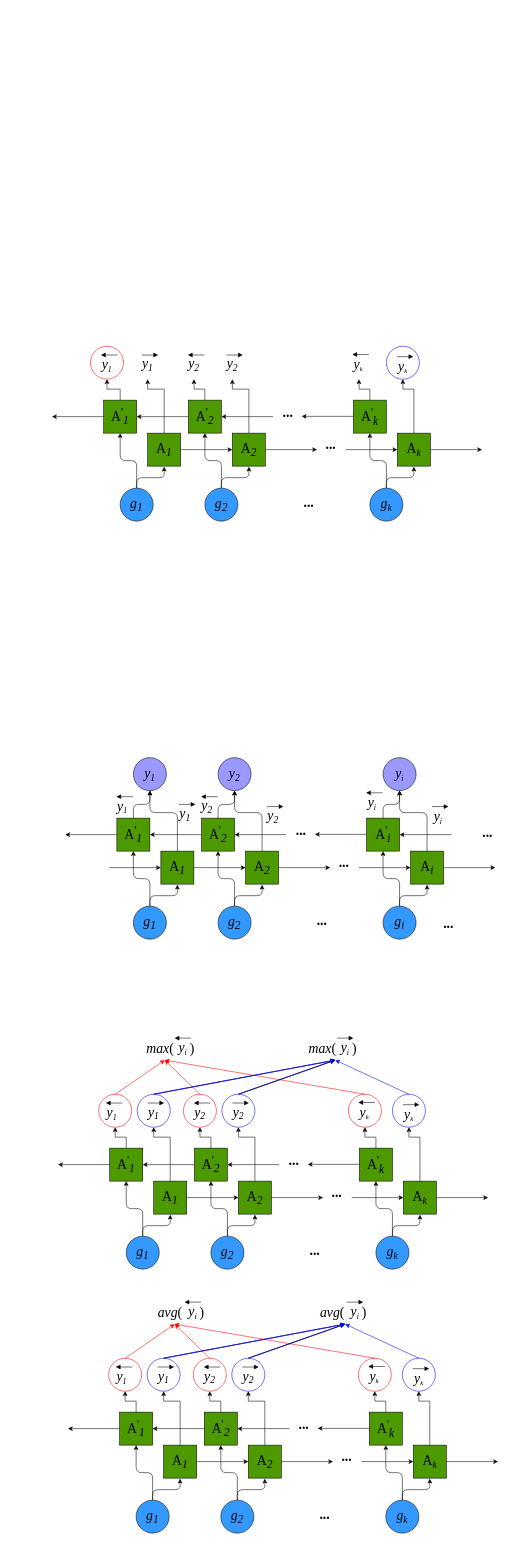
The draw.io diagram BLSTM示意图.drawio in ByronGe/ff, before the edit. Source tidied: cells renumbered, new cells numbered last; positions are measured from the earlier drawing's top-left corner, leaving out a move shared by most shapes. Both pictures are drawn from the tidied source at 55%, with x=0, y=0 at pixel (52, 346).
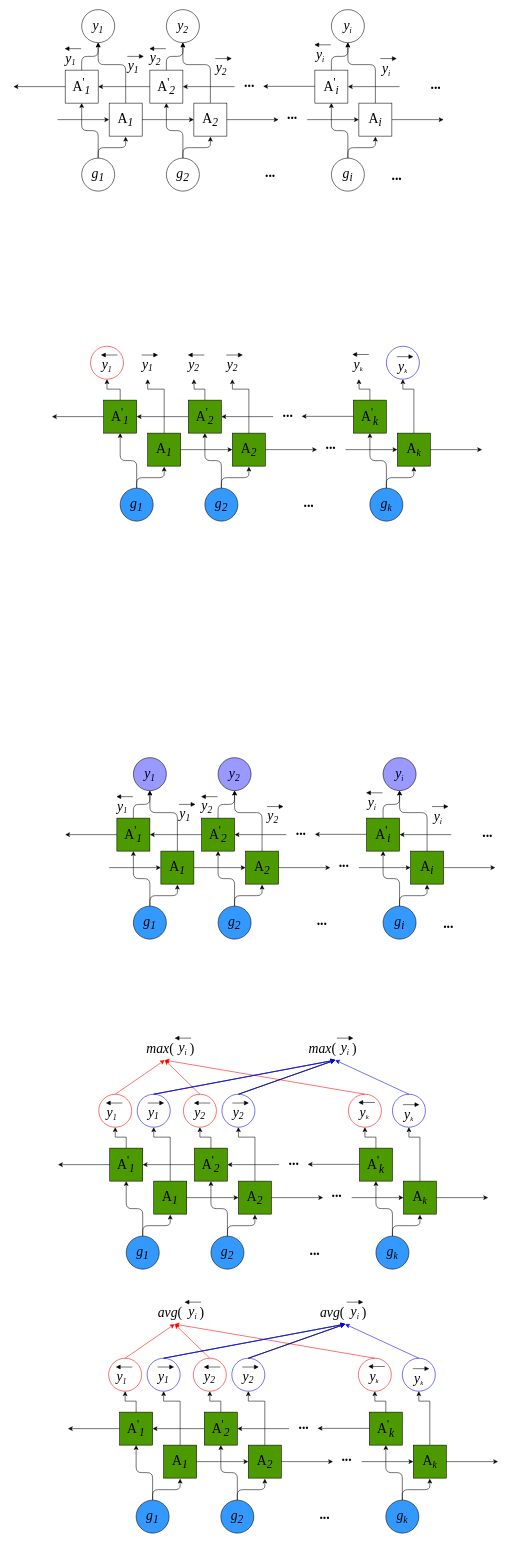
Above is the later version.

The edit, as a diff of the source:
```diff
@@
+    <mxCell id="262" style="html=1;verticalAlign=bottom;endArrow=block;fontSize=25;fontFamily=Times New Roman;" parent="1" edge="1">
+      <mxGeometry relative="1" as="geometry">
+        <mxPoint x="137" y="-527" as="sourcePoint" />
+        <mxPoint x="167" y="-527" as="targetPoint" />
+      </mxGeometry>
+    </mxCell>
+    <mxCell id="263" value="g&lt;sub&gt;1&lt;/sub&gt;" style="ellipse;whiteSpace=wrap;html=1;fontSize=25;fontStyle=2;fontFamily=Times New Roman;fillColor=none;" parent="1" vertex="1">
+      <mxGeometry x="54" y="-342" width="60" height="60" as="geometry" />
+    </mxCell>
+    <mxCell id="264" style="edgeStyle=orthogonalEdgeStyle;rounded=0;jettySize=auto;html=1;fontSize=25;fontStyle=2;exitX=0;exitY=0.5;exitDx=0;exitDy=0;fontFamily=Times New Roman;" parent="1" edge="1" source="273" target="265">
+      <mxGeometry relative="1" as="geometry" />
+    </mxCell>
+    <mxCell id="265" style="whiteSpace=wrap;html=1;fontSize=25;fontStyle=2;fontFamily=Times New Roman;fontColor=#00FF00;fillColor=none;" parent="1" vertex="1">
+      <mxGeometry x="24" y="-502" width="60" height="60" as="geometry" />
+    </mxCell>
+    <mxCell id="266" style="whiteSpace=wrap;html=1;fontSize=25;fontStyle=2;fontFamily=Times New Roman;labelBackgroundColor=#00FF00;fillColor=none;" parent="1" vertex="1">
+      <mxGeometry x="104" y="-442" width="60" height="60" as="geometry" />
+    </mxCell>
+    <mxCell id="267" style="edgeStyle=elbowEdgeStyle;elbow=vertical;endArrow=classic;html=1;fontSize=25;fontStyle=2;fontFamily=Times New Roman;" parent="1" edge="1">
+      <mxGeometry relative="1" as="geometry">
+        <mxPoint x="84" y="-342" as="sourcePoint" />
+        <mxPoint x="134" y="-381" as="targetPoint" />
+      </mxGeometry>
+    </mxCell>
+    <mxCell id="268" style="edgeStyle=elbowEdgeStyle;elbow=vertical;endArrow=classic;html=1;fontSize=25;fontStyle=2;fontFamily=Times New Roman;" parent="1" edge="1">
+      <mxGeometry relative="1" as="geometry">
+        <mxPoint x="84" y="-342" as="sourcePoint" />
+        <mxPoint x="54" y="-442" as="targetPoint" />
+      </mxGeometry>
+    </mxCell>
+    <mxCell id="269" style="edgeStyle=elbowEdgeStyle;elbow=vertical;endArrow=classic;html=1;fontSize=25;fontStyle=2;fontFamily=Times New Roman;" parent="1" edge="1">
+      <mxGeometry relative="1" as="geometry">
+        <mxPoint x="54" y="-502" as="sourcePoint" />
+        <mxPoint x="84" y="-552" as="targetPoint" />
+      </mxGeometry>
+    </mxCell>
+    <mxCell id="270" style="edgeStyle=elbowEdgeStyle;elbow=vertical;endArrow=classic;html=1;fontSize=25;fontStyle=2;fontFamily=Times New Roman;" parent="1" edge="1">
+      <mxGeometry relative="1" as="geometry">
+        <mxPoint x="134" y="-442" as="sourcePoint" />
+        <mxPoint x="84" y="-552" as="targetPoint" />
+        <Array as="points">
+          <mxPoint x="114" y="-512" />
+        </Array>
+      </mxGeometry>
+    </mxCell>
+    <mxCell id="271" style="ellipse;whiteSpace=wrap;html=1;fontSize=25;fontStyle=2;fontFamily=Times New Roman;fillColor=none;" parent="1" vertex="1">
+      <mxGeometry x="54" y="-612" width="60" height="60" as="geometry" />
+    </mxCell>
+    <mxCell id="272" value="g&lt;sub&gt;2&lt;/sub&gt;" style="ellipse;whiteSpace=wrap;html=1;fontSize=25;fontStyle=2;fontFamily=Times New Roman;fillColor=none;" parent="1" vertex="1">
+      <mxGeometry x="208" y="-342" width="60" height="60" as="geometry" />
+    </mxCell>
+    <mxCell id="273" style="whiteSpace=wrap;html=1;fontSize=25;fontStyle=2;fontFamily=Times New Roman;gradientColor=none;fillColor=none;" parent="1" vertex="1">
+      <mxGeometry x="178" y="-502" width="60" height="60" as="geometry" />
+    </mxCell>
+    <mxCell id="274" style="whiteSpace=wrap;html=1;fontSize=25;fontStyle=2;fontFamily=Times New Roman;fillColor=none;" parent="1" vertex="1">
+      <mxGeometry x="258" y="-442" width="60" height="60" as="geometry" />
+    </mxCell>
+    <mxCell id="275" style="edgeStyle=elbowEdgeStyle;elbow=vertical;endArrow=classic;html=1;fontSize=25;fontStyle=2;fontFamily=Times New Roman;" parent="1" edge="1">
+      <mxGeometry relative="1" as="geometry">
+        <mxPoint x="238" y="-342" as="sourcePoint" />
+        <mxPoint x="288" y="-381" as="targetPoint" />
+      </mxGeometry>
+    </mxCell>
+    <mxCell id="276" style="edgeStyle=elbowEdgeStyle;elbow=vertical;endArrow=classic;html=1;fontSize=25;fontStyle=2;fontFamily=Times New Roman;" parent="1" edge="1">
+      <mxGeometry relative="1" as="geometry">
+        <mxPoint x="238" y="-342" as="sourcePoint" />
+        <mxPoint x="208" y="-442" as="targetPoint" />
+      </mxGeometry>
+    </mxCell>
+    <mxCell id="277" style="edgeStyle=elbowEdgeStyle;elbow=vertical;endArrow=classic;html=1;fontSize=25;fontStyle=2;fontFamily=Times New Roman;" parent="1" edge="1">
+      <mxGeometry relative="1" as="geometry">
+        <mxPoint x="208" y="-502" as="sourcePoint" />
+        <mxPoint x="238" y="-552" as="targetPoint" />
+      </mxGeometry>
+    </mxCell>
+    <mxCell id="278" style="edgeStyle=elbowEdgeStyle;elbow=vertical;endArrow=classic;html=1;fontSize=25;fontStyle=2;fontFamily=Times New Roman;" parent="1" edge="1">
+      <mxGeometry relative="1" as="geometry">
+        <mxPoint x="288" y="-442" as="sourcePoint" />
+        <mxPoint x="238" y="-552" as="targetPoint" />
+        <Array as="points">
+          <mxPoint x="268" y="-512" />
+        </Array>
+      </mxGeometry>
+    </mxCell>
+    <mxCell id="279" style="ellipse;whiteSpace=wrap;html=1;fontSize=25;fontStyle=2;fontFamily=Times New Roman;fillColor=none;" parent="1" vertex="1">
+      <mxGeometry x="208" y="-612" width="60" height="60" as="geometry" />
+    </mxCell>
+    <mxCell id="280" style="endArrow=classic;html=1;exitX=1;exitY=0.5;exitDx=0;exitDy=0;entryX=0;entryY=0.5;entryDx=0;entryDy=0;fontSize=25;fontStyle=2;fontFamily=Times New Roman;" parent="1" edge="1" source="266" target="274">
+      <mxGeometry relative="1" as="geometry" />
+    </mxCell>
+    <mxCell id="281" style="endArrow=classic;html=1;exitX=1;exitY=0.5;exitDx=0;exitDy=0;entryX=0;entryY=0.5;entryDx=0;entryDy=0;fontSize=25;fontStyle=2;fontFamily=Times New Roman;" parent="1" edge="1">
+      <mxGeometry relative="1" as="geometry">
+        <mxPoint x="318" y="-412" as="sourcePoint" />
+        <mxPoint x="412" y="-412" as="targetPoint" />
+      </mxGeometry>
+    </mxCell>
+    <mxCell id="282" style="endArrow=classic;html=1;exitX=1;exitY=0.5;exitDx=0;exitDy=0;entryX=0;entryY=0.5;entryDx=0;entryDy=0;fontSize=25;fontStyle=2;fontFamily=Times New Roman;" parent="1" edge="1">
+      <mxGeometry relative="1" as="geometry">
+        <mxPoint x="332" y="-472" as="sourcePoint" />
+        <mxPoint x="238" y="-472" as="targetPoint" />
+      </mxGeometry>
+    </mxCell>
+    <mxCell id="283" value="g&lt;sub&gt;i&lt;/sub&gt;" style="ellipse;whiteSpace=wrap;html=1;fontSize=25;fontStyle=2;fontFamily=Times New Roman;labelBackgroundColor=none;fillColor=none;" parent="1" vertex="1">
+      <mxGeometry x="508" y="-342" width="60" height="60" as="geometry" />
+    </mxCell>
+    <mxCell id="284" style="whiteSpace=wrap;html=1;fontSize=25;fontStyle=2;fontFamily=Times New Roman;fillColor=none;" parent="1" vertex="1">
+      <mxGeometry x="478" y="-502" width="60" height="60" as="geometry" />
+    </mxCell>
+    <mxCell id="285" style="whiteSpace=wrap;html=1;fontSize=25;fontStyle=2;fontFamily=Times New Roman;fillColor=none;" parent="1" vertex="1">
+      <mxGeometry x="558" y="-442" width="60" height="60" as="geometry" />
+    </mxCell>
+    <mxCell id="286" style="edgeStyle=elbowEdgeStyle;elbow=vertical;endArrow=classic;html=1;fontSize=25;fontStyle=2;fontFamily=Times New Roman;" parent="1" edge="1">
+      <mxGeometry relative="1" as="geometry">
+        <mxPoint x="538" y="-342" as="sourcePoint" />
+        <mxPoint x="588" y="-381" as="targetPoint" />
+      </mxGeometry>
+    </mxCell>
+    <mxCell id="287" style="edgeStyle=elbowEdgeStyle;elbow=vertical;endArrow=classic;html=1;fontSize=25;fontStyle=2;fontFamily=Times New Roman;" parent="1" edge="1">
+      <mxGeometry relative="1" as="geometry">
+        <mxPoint x="538" y="-342" as="sourcePoint" />
+        <mxPoint x="508" y="-442" as="targetPoint" />
+      </mxGeometry>
+    </mxCell>
+    <mxCell id="288" style="edgeStyle=elbowEdgeStyle;elbow=vertical;endArrow=classic;html=1;fontSize=25;fontStyle=2;fontFamily=Times New Roman;" parent="1" edge="1">
+      <mxGeometry relative="1" as="geometry">
+        <mxPoint x="508" y="-502" as="sourcePoint" />
+        <mxPoint x="538" y="-552" as="targetPoint" />
+      </mxGeometry>
+    </mxCell>
+    <mxCell id="289" style="edgeStyle=elbowEdgeStyle;elbow=vertical;endArrow=classic;html=1;fontSize=25;fontStyle=2;fontFamily=Times New Roman;" parent="1" edge="1">
+      <mxGeometry relative="1" as="geometry">
+        <mxPoint x="588" y="-442" as="sourcePoint" />
+        <mxPoint x="538" y="-552" as="targetPoint" />
+        <Array as="points">
+          <mxPoint x="568" y="-512" />
+        </Array>
+      </mxGeometry>
+    </mxCell>
+    <mxCell id="290" style="ellipse;whiteSpace=wrap;html=1;fontSize=25;fontStyle=2;fontFamily=Times New Roman;fillColor=none;" parent="1" vertex="1">
+      <mxGeometry x="508" y="-612" width="60" height="60" as="geometry" />
+    </mxCell>
+    <mxCell id="291" style="endArrow=classic;html=1;exitX=1;exitY=0.5;exitDx=0;exitDy=0;entryX=0;entryY=0.5;entryDx=0;entryDy=0;fontSize=25;fontStyle=2;fontFamily=Times New Roman;" parent="1" edge="1" target="285">
+      <mxGeometry relative="1" as="geometry">
+        <mxPoint x="464" y="-412" as="sourcePoint" />
+      </mxGeometry>
+    </mxCell>
+    <mxCell id="292" style="endArrow=classic;html=1;exitX=1;exitY=0.5;exitDx=0;exitDy=0;entryX=0;entryY=0.5;entryDx=0;entryDy=0;fontSize=25;fontStyle=2;fontFamily=Times New Roman;" parent="1" edge="1">
+      <mxGeometry relative="1" as="geometry">
+        <mxPoint x="618" y="-412" as="sourcePoint" />
+        <mxPoint x="712" y="-412" as="targetPoint" />
+      </mxGeometry>
+    </mxCell>
+    <mxCell id="293" style="endArrow=classic;html=1;exitX=1;exitY=0.5;exitDx=0;exitDy=0;entryX=0;entryY=0.5;entryDx=0;entryDy=0;fontSize=25;fontStyle=2;fontFamily=Times New Roman;" parent="1" edge="1">
+      <mxGeometry relative="1" as="geometry">
+        <mxPoint x="632" y="-472" as="sourcePoint" />
+        <mxPoint x="538" y="-472" as="targetPoint" />
+      </mxGeometry>
+    </mxCell>
+    <mxCell id="294" style="endArrow=classic;html=1;exitX=1;exitY=0.5;exitDx=0;exitDy=0;entryX=0;entryY=0.5;entryDx=0;entryDy=0;fontSize=25;fontStyle=2;fontFamily=Times New Roman;" parent="1" edge="1">
+      <mxGeometry relative="1" as="geometry">
+        <mxPoint x="478" y="-472.5" as="sourcePoint" />
+        <mxPoint x="384" y="-472.5" as="targetPoint" />
+      </mxGeometry>
+    </mxCell>
+    <mxCell id="295" value="&lt;b style=&quot;font-size: 25px;&quot;&gt;&lt;font style=&quot;font-size: 25px;&quot;&gt;...&lt;/font&gt;&lt;/b&gt;" style="text;html=1;strokeColor=none;fillColor=none;align=center;verticalAlign=middle;whiteSpace=wrap;rounded=0;fontSize=25;fontStyle=2;fontFamily=Times New Roman;" parent="1" vertex="1">
+      <mxGeometry x="433" y="-422" width="10" as="geometry" />
+    </mxCell>
+    <mxCell id="296" value="&lt;b style=&quot;font-size: 25px;&quot;&gt;&lt;font style=&quot;font-size: 25px;&quot;&gt;...&lt;/font&gt;&lt;/b&gt;" style="text;html=1;strokeColor=none;fillColor=none;align=center;verticalAlign=middle;whiteSpace=wrap;rounded=0;fontSize=25;fontStyle=2;fontFamily=Times New Roman;" parent="1" vertex="1">
+      <mxGeometry x="355" y="-480" width="10" as="geometry" />
+    </mxCell>
+    <mxCell id="297" style="endArrow=classic;html=1;exitX=1;exitY=0.5;exitDx=0;exitDy=0;entryX=0;entryY=0.5;entryDx=0;entryDy=0;fontSize=25;fontStyle=2;fontFamily=Times New Roman;" parent="1" edge="1">
+      <mxGeometry relative="1" as="geometry">
+        <mxPoint x="10" y="-412" as="sourcePoint" />
+        <mxPoint x="104" y="-412" as="targetPoint" />
+      </mxGeometry>
+    </mxCell>
+    <mxCell id="298" style="edgeStyle=orthogonalEdgeStyle;rounded=0;orthogonalLoop=1;jettySize=auto;html=1;entryX=0;entryY=0.5;entryDx=0;entryDy=0;fontSize=25;fontStyle=2;fontFamily=Times New Roman;" parent="1" edge="1">
+      <mxGeometry relative="1" as="geometry">
+        <mxPoint x="24" y="-472" as="sourcePoint" />
+        <mxPoint x="-70" y="-472" as="targetPoint" />
+      </mxGeometry>
+    </mxCell>
+    <mxCell id="299" value="&lt;i&gt;y&lt;span style=&quot;font-size: 20.8333px&quot;&gt;&lt;sub&gt;2&lt;/sub&gt;&lt;/span&gt;&lt;/i&gt;" style="text;html=1;strokeColor=none;fillColor=none;align=center;verticalAlign=middle;whiteSpace=wrap;rounded=0;fontSize=25;fontFamily=Times New Roman;" parent="1" vertex="1">
+      <mxGeometry x="218" y="-592" width="40" height="20" as="geometry" />
+    </mxCell>
+    <mxCell id="300" style="html=1;verticalAlign=bottom;endArrow=block;fontSize=25;fontFamily=Times New Roman;" parent="1" edge="1">
+      <mxGeometry relative="1" as="geometry">
+        <mxPoint x="297" y="-523" as="sourcePoint" />
+        <mxPoint x="327" y="-523" as="targetPoint" />
+      </mxGeometry>
+    </mxCell>
+    <mxCell id="301" value="&lt;i&gt;y&lt;span style=&quot;font-size: 20.8333px&quot;&gt;&lt;sub&gt;2&lt;/sub&gt;&lt;/span&gt;&lt;/i&gt;" style="text;html=1;strokeColor=none;fillColor=none;align=center;verticalAlign=middle;whiteSpace=wrap;rounded=0;fontSize=25;fontFamily=Times New Roman;" parent="1" vertex="1">
+      <mxGeometry x="288" y="-515" width="40" height="20" as="geometry" />
+    </mxCell>
+    <mxCell id="302" style="html=1;verticalAlign=bottom;endArrow=block;fontSize=25;fontFamily=Times New Roman;" parent="1" edge="1">
+      <mxGeometry relative="1" as="geometry">
+        <mxPoint x="597" y="-523" as="sourcePoint" />
+        <mxPoint x="627" y="-523" as="targetPoint" />
+      </mxGeometry>
+    </mxCell>
+    <mxCell id="303" value="&lt;i&gt;y&lt;span style=&quot;font-size: 17.3611px&quot;&gt;&lt;sub&gt;i&lt;/sub&gt;&lt;/span&gt;&lt;/i&gt;" style="text;html=1;strokeColor=none;fillColor=none;align=center;verticalAlign=middle;whiteSpace=wrap;rounded=0;fontSize=25;fontFamily=Times New Roman;" parent="1" vertex="1">
+      <mxGeometry x="588" y="-515" width="40" height="22" as="geometry" />
+    </mxCell>
+    <mxCell id="304" value="&lt;i&gt;y&lt;span style=&quot;font-size: 20.8333px&quot;&gt;&lt;sub&gt;1&lt;/sub&gt;&lt;/span&gt;&lt;/i&gt;" style="text;html=1;strokeColor=none;fillColor=none;align=center;verticalAlign=middle;whiteSpace=wrap;rounded=0;fontSize=25;fontFamily=Times New Roman;" parent="1" vertex="1">
+      <mxGeometry x="128" y="-519" width="40" height="20" as="geometry" />
+    </mxCell>
+    <mxCell id="305" style="html=1;verticalAlign=bottom;endArrow=block;fontSize=25;fontFamily=Times New Roman;" parent="1" edge="1">
+      <mxGeometry relative="1" as="geometry">
+        <mxPoint x="207" y="-541" as="sourcePoint" />
+        <mxPoint x="177" y="-541" as="targetPoint" />
+      </mxGeometry>
+    </mxCell>
+    <mxCell id="306" value="&lt;i&gt;y&lt;span style=&quot;font-size: 20.8333px&quot;&gt;&lt;sub&gt;2&lt;/sub&gt;&lt;/span&gt;&lt;/i&gt;" style="text;html=1;strokeColor=none;fillColor=none;align=center;verticalAlign=middle;whiteSpace=wrap;rounded=0;fontSize=25;fontFamily=Times New Roman;" parent="1" vertex="1">
+      <mxGeometry x="168" y="-533" width="40" height="20" as="geometry" />
+    </mxCell>
+    <mxCell id="307" style="html=1;verticalAlign=bottom;endArrow=block;fontSize=25;fontFamily=Times New Roman;" parent="1" edge="1">
+      <mxGeometry relative="1" as="geometry">
+        <mxPoint x="53" y="-541" as="sourcePoint" />
+        <mxPoint x="23" y="-541" as="targetPoint" />
+      </mxGeometry>
+    </mxCell>
+    <mxCell id="308" value="&lt;i&gt;y&lt;span style=&quot;font-size: 17.3611px&quot;&gt;&lt;sub&gt;1&lt;/sub&gt;&lt;/span&gt;&lt;/i&gt;" style="text;html=1;strokeColor=none;fillColor=none;align=center;verticalAlign=middle;whiteSpace=wrap;rounded=0;fontSize=25;fontFamily=Times New Roman;" parent="1" vertex="1">
+      <mxGeometry x="14" y="-533" width="40" height="20" as="geometry" />
+    </mxCell>
+    <mxCell id="309" style="html=1;verticalAlign=bottom;endArrow=block;fontSize=25;fontFamily=Times New Roman;" parent="1" edge="1">
+      <mxGeometry relative="1" as="geometry">
+        <mxPoint x="507" y="-548" as="sourcePoint" />
+        <mxPoint x="477" y="-548" as="targetPoint" />
+      </mxGeometry>
+    </mxCell>
+    <mxCell id="310" value="&lt;i&gt;y&lt;span style=&quot;font-size: 17.3611px&quot;&gt;&lt;sub&gt;i&lt;/sub&gt;&lt;/span&gt;&lt;/i&gt;" style="text;html=1;strokeColor=none;fillColor=none;align=center;verticalAlign=middle;whiteSpace=wrap;rounded=0;fontSize=25;fontFamily=Times New Roman;" parent="1" vertex="1">
+      <mxGeometry x="468" y="-540" width="40" height="22" as="geometry" />
+    </mxCell>
+    <mxCell id="311" value="&lt;i&gt;y&lt;span style=&quot;font-size: 17.3611px&quot;&gt;&lt;sub&gt;i&lt;/sub&gt;&lt;/span&gt;&lt;/i&gt;" style="text;html=1;strokeColor=none;fillColor=none;align=center;verticalAlign=middle;whiteSpace=wrap;rounded=0;fontSize=25;fontFamily=Times New Roman;" parent="1" vertex="1">
+      <mxGeometry x="518" y="-592" width="40" height="20" as="geometry" />
+    </mxCell>
+    <mxCell id="312" value="&lt;i&gt;y&lt;span style=&quot;font-size: 20.8333px&quot;&gt;&lt;sub&gt;1&lt;/sub&gt;&lt;/span&gt;&lt;/i&gt;" style="text;html=1;strokeColor=none;fillColor=none;align=center;verticalAlign=middle;whiteSpace=wrap;rounded=0;fontSize=25;fontFamily=Times New Roman;" parent="1" vertex="1">
+      <mxGeometry x="64" y="-592" width="40" height="20" as="geometry" />
+    </mxCell>
+    <mxCell id="313" value="A&lt;sub&gt;&lt;i&gt;i&lt;/i&gt;&lt;/sub&gt;" style="text;html=1;strokeColor=none;fillColor=none;align=center;verticalAlign=middle;whiteSpace=wrap;rounded=0;fontSize=25;fontFamily=Times New Roman;" parent="1" vertex="1">
+      <mxGeometry x="568" y="-422" width="40" height="20" as="geometry" />
+    </mxCell>
+    <mxCell id="314" value="A&lt;sub&gt;&lt;i&gt;2&lt;/i&gt;&lt;/sub&gt;" style="text;html=1;strokeColor=none;fillColor=none;align=center;verticalAlign=middle;whiteSpace=wrap;rounded=0;fontSize=25;fontFamily=Times New Roman;" parent="1" vertex="1">
+      <mxGeometry x="268" y="-422" width="40" height="20" as="geometry" />
+    </mxCell>
+    <mxCell id="315" value="A&lt;sub&gt;&lt;i&gt;1&lt;/i&gt;&lt;/sub&gt;" style="text;html=1;strokeColor=none;fillColor=none;align=center;verticalAlign=middle;whiteSpace=wrap;rounded=0;fontSize=25;fontFamily=Times New Roman;" parent="1" vertex="1">
+      <mxGeometry x="114" y="-422" width="40" height="20" as="geometry" />
+    </mxCell>
+    <mxCell id="316" value="A&lt;sup&gt;'&lt;/sup&gt;&lt;sub&gt;&lt;i&gt;2&lt;/i&gt;&lt;/sub&gt;" style="text;html=1;strokeColor=none;fillColor=none;align=center;verticalAlign=middle;whiteSpace=wrap;rounded=0;fontSize=25;fontFamily=Times New Roman;" parent="1" vertex="1">
+      <mxGeometry x="188" y="-482" width="40" height="20" as="geometry" />
+    </mxCell>
+    <mxCell id="317" value="A&lt;sup&gt;'&lt;/sup&gt;&lt;sub&gt;&lt;i&gt;1&lt;/i&gt;&lt;/sub&gt;" style="text;html=1;strokeColor=none;fillColor=none;align=center;verticalAlign=middle;whiteSpace=wrap;rounded=0;fontSize=25;fontFamily=Times New Roman;" parent="1" vertex="1">
+      <mxGeometry x="34" y="-482" width="40" height="20" as="geometry" />
+    </mxCell>
+    <mxCell id="318" value="A&lt;sup&gt;'&lt;/sup&gt;&lt;sub&gt;&lt;i&gt;i&lt;/i&gt;&lt;/sub&gt;" style="text;html=1;strokeColor=none;fillColor=none;align=center;verticalAlign=middle;whiteSpace=wrap;rounded=0;fontSize=25;fontFamily=Times New Roman;" parent="1" vertex="1">
+      <mxGeometry x="488" y="-482" width="40" height="20" as="geometry" />
+    </mxCell>
+    <mxCell id="319" value="&lt;b style=&quot;font-size: 25px;&quot;&gt;&lt;font style=&quot;font-size: 25px;&quot;&gt;...&lt;/font&gt;&lt;/b&gt;" style="text;html=1;strokeColor=none;fillColor=none;align=center;verticalAlign=middle;whiteSpace=wrap;rounded=0;fontSize=25;fontStyle=2;fontFamily=Times New Roman;" parent="1" vertex="1">
+      <mxGeometry x="393" y="-317" width="10" as="geometry" />
+    </mxCell>
+    <mxCell id="320" value="&lt;b style=&quot;font-size: 25px;&quot;&gt;&lt;font style=&quot;font-size: 25px;&quot;&gt;...&lt;/font&gt;&lt;/b&gt;" style="text;html=1;strokeColor=none;fillColor=none;align=center;verticalAlign=middle;whiteSpace=wrap;rounded=0;fontSize=25;fontStyle=2;fontFamily=Times New Roman;" parent="1" vertex="1">
+      <mxGeometry x="623" y="-312" width="10" as="geometry" />
+    </mxCell>
+    <mxCell id="321" value="&lt;b style=&quot;font-size: 25px;&quot;&gt;&lt;font style=&quot;font-size: 25px;&quot;&gt;...&lt;/font&gt;&lt;/b&gt;" style="text;html=1;strokeColor=none;fillColor=none;align=center;verticalAlign=middle;whiteSpace=wrap;rounded=0;fontSize=25;fontStyle=2;fontFamily=Times New Roman;" parent="1" vertex="1">
+      <mxGeometry x="694" y="-478" width="10" as="geometry" />
+    </mxCell>
```
